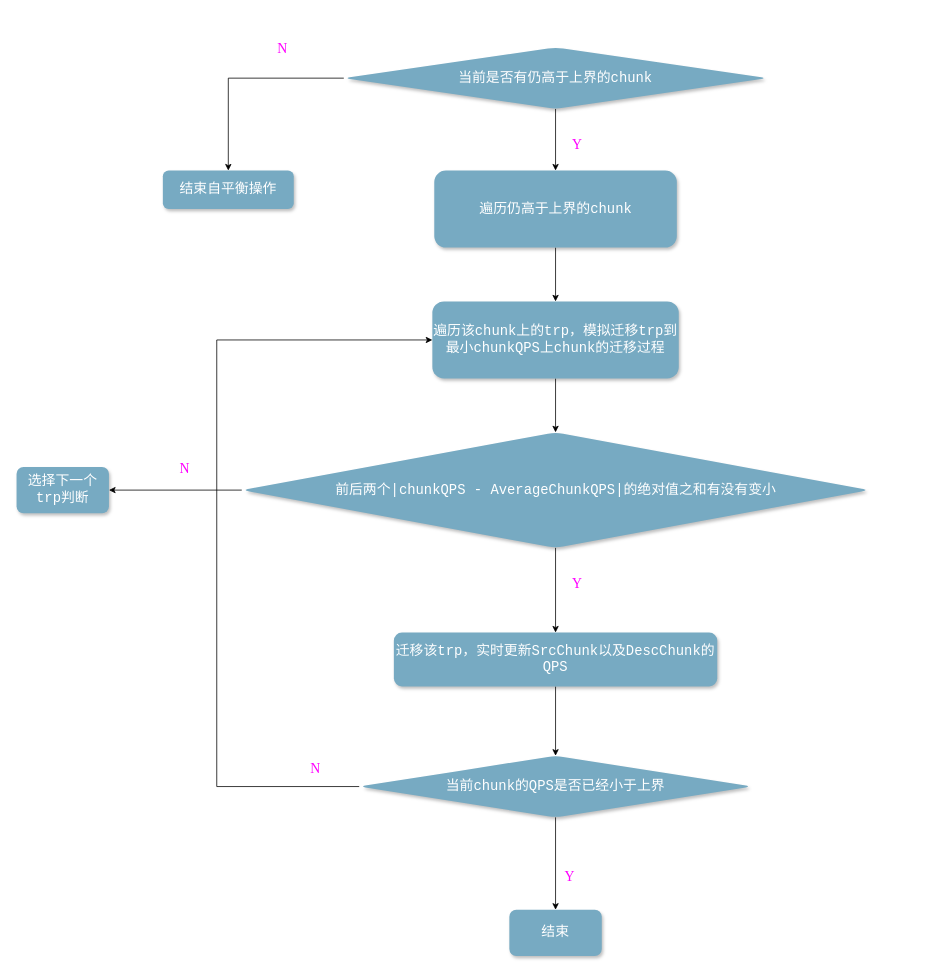
The draw.io diagram page "自平衡2" (3 of 15) of Untitled Diagram.drawio in SoraNimi/lbs-master, before the edit. Source tidied: cells renumbered, new cells numbered last; positions are measured from the earlier drawing's top-left corner, leaving out a move shared by most shapes. Both pictures are drawn from the tidied source at 77%, with x=0, y=0 at pixel (16, 32).
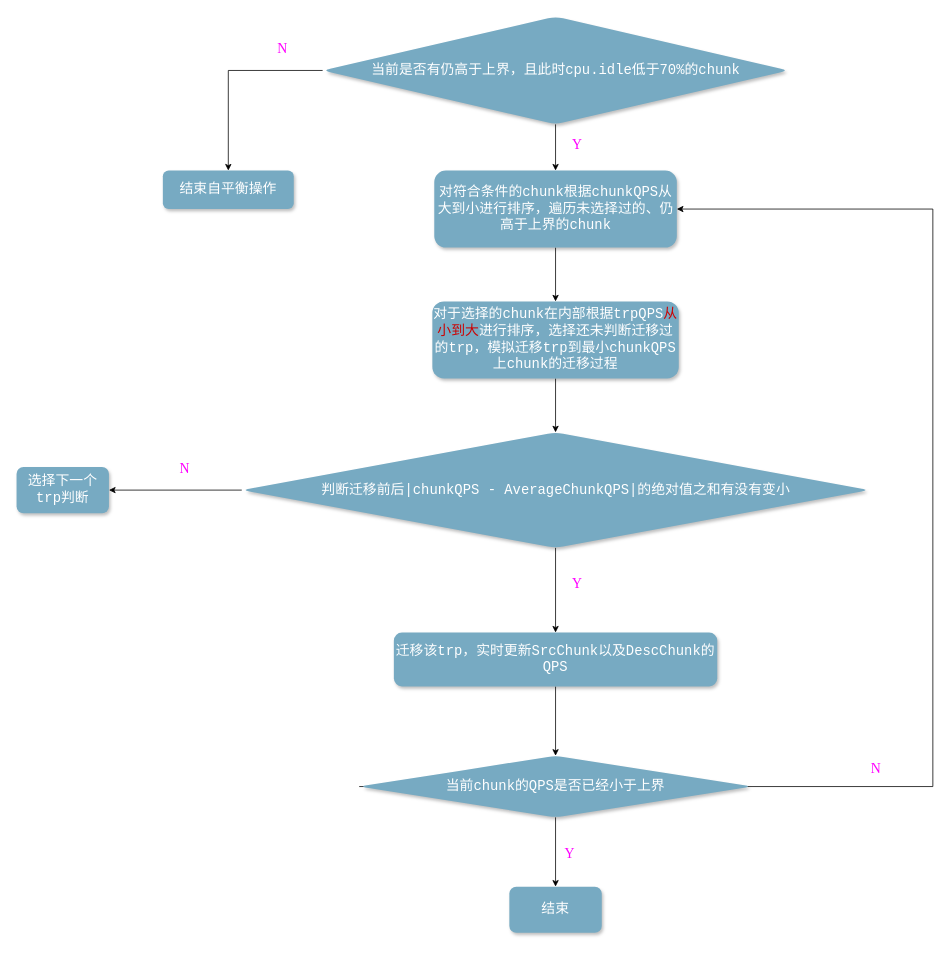
Above is the later version.

The change refers to these unchanged cells:
```xml
<mxCell id="20" value="&lt;font style=&quot;font-size: 18px&quot;&gt;当前chunk的QPS是否已经小于上界&lt;/font&gt;" style="rhombus;whiteSpace=wrap;html=1;fontFamily=Courier New;fillColor=#77aac2;strokeColor=none;fontColor=#FFFFFF;rounded=1;shadow=1;glass=0;comic=0;gradientColor=none;" parent="1" vertex="1">
  <mxGeometry x="445" y="940" width="510" height="80" as="geometry" />
</mxCell>
```

The edit, as a diff of the source:
```diff
@@
-    <mxCell id="3" value="&lt;font style=&quot;font-size: 18px&quot;&gt;遍历仍高于上界的chunk&lt;/font&gt;" style="rounded=1;whiteSpace=wrap;html=1;fillColor=#77aac2;strokeColor=none;shadow=1;glass=0;comic=0;gradientColor=none;fontFamily=Courier New;fontColor=#FFFFFF;" parent="1" vertex="1">
+    <mxCell id="3" value="&lt;font style=&quot;font-size: 18px&quot;&gt;对符合条件的chunk根据chunkQPS从大到小进行排序，遍历未选择过的、仍高于上界的chunk&lt;/font&gt;" style="rounded=1;whiteSpace=wrap;html=1;fillColor=#77aac2;strokeColor=none;shadow=1;glass=0;comic=0;gradientColor=none;fontFamily=Courier New;fontColor=#FFFFFF;" parent="1" vertex="1">
       <mxGeometry x="542.5" y="180" width="315" height="100" as="geometry" />
     </mxCell>
@@
-    <mxCell id="6" value="&lt;font style=&quot;font-size: 18px&quot;&gt;当前是否有仍高于上界的chunk&lt;/font&gt;" style="rhombus;whiteSpace=wrap;html=1;fontFamily=Courier New;fillColor=#77aac2;strokeColor=none;fontColor=#FFFFFF;rounded=1;shadow=1;glass=0;comic=0;gradientColor=none;" parent="1" vertex="1">
-      <mxGeometry x="425" y="20" width="550" height="80" as="geometry" />
+    <mxCell id="6" value="&lt;font style=&quot;font-size: 18px&quot;&gt;当前是否有仍高于上界，且此时cpu.idle低于70%的chunk&lt;/font&gt;" style="rhombus;whiteSpace=wrap;html=1;fontFamily=Courier New;fillColor=#77aac2;strokeColor=none;fontColor=#FFFFFF;rounded=1;shadow=1;glass=0;comic=0;gradientColor=none;" parent="1" vertex="1">
+      <mxGeometry x="397.5" y="-20" width="605" height="140" as="geometry" />
     </mxCell>
@@
-    <mxCell id="9" value="&lt;span style=&quot;font-size: 18px&quot;&gt;遍历该chunk上的trp，模拟迁移trp到最小chunkQPS上chunk的迁移过程&lt;/span&gt;" style="rounded=1;whiteSpace=wrap;html=1;fillColor=#77aac2;strokeColor=none;shadow=1;glass=0;comic=0;gradientColor=none;fontFamily=Courier New;fontColor=#FFFFFF;" parent="1" vertex="1">
+    <mxCell id="9" value="&lt;span style=&quot;font-size: 18px&quot;&gt;对于选择的chunk在内部根据trpQPS&lt;font color=&quot;#cc0000&quot;&gt;从小到大&lt;/font&gt;进行排序，选择还未判断迁移过的trp，模拟迁移trp到最小chunkQPS上chunk的迁移过程&lt;/span&gt;" style="rounded=1;whiteSpace=wrap;html=1;fillColor=#77aac2;strokeColor=none;shadow=1;glass=0;comic=0;gradientColor=none;fontFamily=Courier New;fontColor=#FFFFFF;" parent="1" vertex="1">
       <mxGeometry x="540" y="350" width="320" height="100" as="geometry" />
     </mxCell>
@@
-    <mxCell id="12" value="&lt;font style=&quot;font-size: 18px&quot;&gt;前后两个|chunkQPS - AverageChunkQPS|的绝对值之和有没有变小&lt;/font&gt;" style="rhombus;whiteSpace=wrap;html=1;fontFamily=Courier New;fillColor=#77aac2;strokeColor=none;fontColor=#FFFFFF;rounded=1;shadow=1;glass=0;comic=0;gradientColor=none;" parent="1" vertex="1">
+    <mxCell id="12" value="&lt;font style=&quot;font-size: 18px&quot;&gt;判断迁移前后|chunkQPS - AverageChunkQPS|的绝对值之和有没有变小&lt;/font&gt;" style="rhombus;whiteSpace=wrap;html=1;fontFamily=Courier New;fillColor=#77aac2;strokeColor=none;fontColor=#FFFFFF;rounded=1;shadow=1;glass=0;comic=0;gradientColor=none;" parent="1" vertex="1">
       <mxGeometry x="292.5" y="520" width="815" height="150" as="geometry" />
     </mxCell>
@@
-    <mxCell id="19" style="edgeStyle=orthogonalEdgeStyle;rounded=0;jettySize=auto;html=1;exitX=0;exitY=0.5;exitDx=0;exitDy=0;entryX=0;entryY=0.5;entryDx=0;entryDy=0;fontSize=18;" parent="1" edge="1" source="20" target="9">
+    <mxCell id="19" style="edgeStyle=orthogonalEdgeStyle;rounded=0;jettySize=auto;html=1;exitX=0;exitY=0.5;exitDx=0;exitDy=0;entryX=1;entryY=0.5;entryDx=0;entryDy=0;fontSize=18;" parent="1" edge="1" source="20" target="3">
       <mxGeometry relative="1" as="geometry">
         <Array as="points">
-          <mxPoint x="260" y="980" />
-          <mxPoint x="260" y="400" />
+          <mxPoint x="1190" y="980" />
+          <mxPoint x="1190" y="230" />
         </Array>
       </mxGeometry>
     </mxCell>
@@
     <mxCell id="21" value="&lt;font style=&quot;font-size: 18px&quot;&gt;结束&lt;/font&gt;" style="whiteSpace=wrap;html=1;fontFamily=Courier New;fillColor=#77aac2;strokeColor=none;fontColor=#FFFFFF;rounded=1;shadow=1;glass=0;comic=0;gradientColor=none;" parent="1" vertex="1">
-      <mxGeometry x="640" y="1140" width="120" height="60" as="geometry" />
+      <mxGeometry x="640" y="1110" width="120" height="60" as="geometry" />
     </mxCell>
     <mxCell id="22" value="&lt;span style=&quot;color: rgb(255 , 0 , 255) ; font-family: &amp;#34;times new roman&amp;#34; ; font-size: 18px ; font-style: normal ; font-weight: 400 ; letter-spacing: normal ; text-align: center ; text-indent: 0px ; text-transform: none ; word-spacing: 0px ; background-color: rgb(255 , 255 , 255) ; display: inline ; float: none&quot;&gt;Y&lt;/span&gt;" style="text;whiteSpace=wrap;html=1;fontSize=18;" parent="1" vertex="1">
-      <mxGeometry x="710" y="1080" width="40" height="40" as="geometry" />
+      <mxGeometry x="710" y="1050" width="40" height="40" as="geometry" />
     </mxCell>
     <mxCell id="23" value="&lt;span style=&quot;color: rgb(255 , 0 , 255) ; font-family: &amp;#34;times new roman&amp;#34; ; font-size: 18px ; font-style: normal ; font-weight: 400 ; letter-spacing: normal ; text-align: center ; text-indent: 0px ; text-transform: none ; word-spacing: 0px ; background-color: rgb(255 , 255 , 255) ; display: inline ; float: none&quot;&gt;N&lt;/span&gt;" style="text;whiteSpace=wrap;html=1;fontSize=18;" parent="1" vertex="1">
-      <mxGeometry x="380" y="940" width="40" height="40" as="geometry" />
+      <mxGeometry x="1107.5" y="940" width="40" height="40" as="geometry" />
     </mxCell>
```
